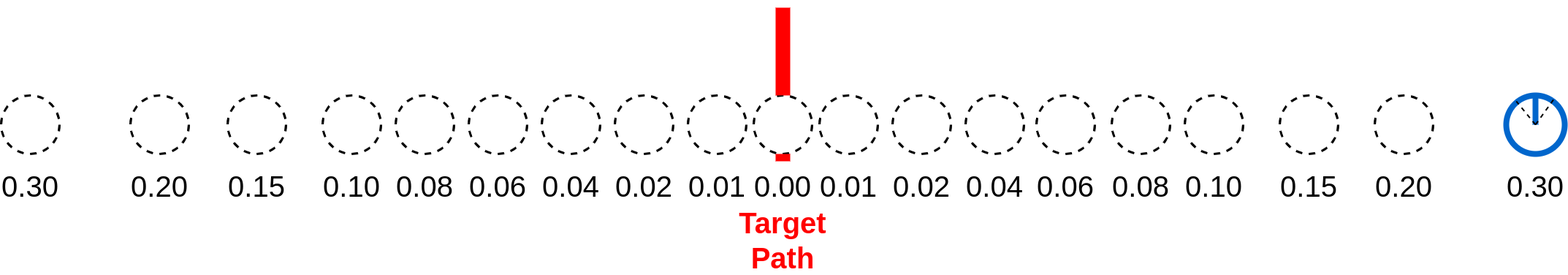
This is images/collect-data.png from YukiTakahashi4690/thesis_template, a draw.io export, as it was before one commit. Source tidied: cells renumbered, new cells last; positions are measured from the earlier drawing's top-left corner, leaving out a move shared by most shapes.
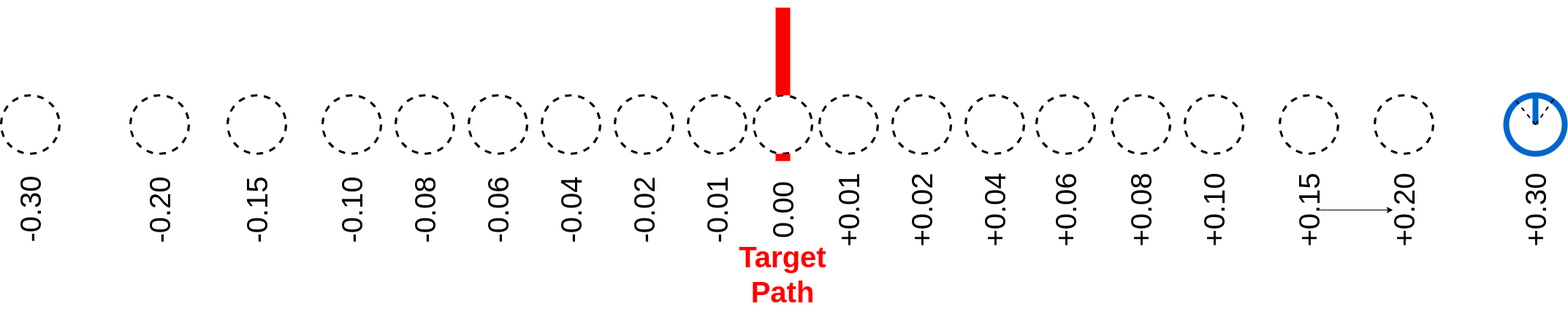
The same file after the commit.

What changed in the source:
```diff
@@ -72,32 +72,35 @@
     <mxCell id="23" style="endArrow=none;html=1;strokeColor=#0066CC;strokeWidth=8;entryX=0.5;entryY=0;entryDx=0;entryDy=0;exitX=0.5;exitY=0.5;exitDx=0;exitDy=0;exitPerimeter=0;" parent="1" edge="1" source="2" target="2">
       <mxGeometry relative="1" as="geometry" />
     </mxCell>
-    <mxCell id="24" value="&lt;font color=&quot;#000000&quot; style=&quot;font-size: 40px&quot;&gt;0.01&lt;/font&gt;" style="text;html=1;strokeColor=none;fillColor=none;align=center;verticalAlign=middle;whiteSpace=wrap;rounded=0;dashed=1;strokeWidth=3;" parent="1" vertex="1">
-      <mxGeometry x="1130" y="229" width="60" height="30" as="geometry" />
+    <mxCell id="24" value="&lt;font color=&quot;#000000&quot; style=&quot;font-size: 40px&quot;&gt;+0.01&lt;/font&gt;" style="text;html=1;strokeColor=none;fillColor=none;align=center;verticalAlign=middle;whiteSpace=wrap;rounded=0;dashed=1;strokeWidth=3;rotation=-90;" parent="1" vertex="1">
+      <mxGeometry x="1130" y="262" width="60" height="30" as="geometry" />
     </mxCell>
-    <mxCell id="25" value="&lt;font color=&quot;#000000&quot; style=&quot;font-size: 40px&quot;&gt;0.02&lt;/font&gt;" style="text;html=1;strokeColor=none;fillColor=none;align=center;verticalAlign=middle;whiteSpace=wrap;rounded=0;dashed=1;strokeWidth=3;" parent="1" vertex="1">
-      <mxGeometry x="1230" y="229" width="60" height="30" as="geometry" />
+    <mxCell id="25" value="&lt;font color=&quot;#000000&quot; style=&quot;font-size: 40px&quot;&gt;+0.02&lt;/font&gt;" style="text;html=1;strokeColor=none;fillColor=none;align=center;verticalAlign=middle;whiteSpace=wrap;rounded=0;dashed=1;strokeWidth=3;rotation=-90;" parent="1" vertex="1">
+      <mxGeometry x="1230" y="262" width="60" height="30" as="geometry" />
     </mxCell>
-    <mxCell id="26" value="&lt;font color=&quot;#000000&quot; style=&quot;font-size: 40px&quot;&gt;0.04&lt;/font&gt;" style="text;html=1;strokeColor=none;fillColor=none;align=center;verticalAlign=middle;whiteSpace=wrap;rounded=0;dashed=1;strokeWidth=3;" parent="1" vertex="1">
-      <mxGeometry x="1330" y="229" width="60" height="30" as="geometry" />
+    <mxCell id="26" value="&lt;font color=&quot;#000000&quot; style=&quot;font-size: 40px&quot;&gt;+0.04&lt;/font&gt;" style="text;html=1;strokeColor=none;fillColor=none;align=center;verticalAlign=middle;whiteSpace=wrap;rounded=0;dashed=1;strokeWidth=3;rotation=-90;" parent="1" vertex="1">
+      <mxGeometry x="1330" y="262" width="60" height="30" as="geometry" />
     </mxCell>
-    <mxCell id="27" value="&lt;font color=&quot;#000000&quot; style=&quot;font-size: 40px&quot;&gt;0.06&lt;/font&gt;" style="text;html=1;strokeColor=none;fillColor=none;align=center;verticalAlign=middle;whiteSpace=wrap;rounded=0;dashed=1;strokeWidth=3;" parent="1" vertex="1">
-      <mxGeometry x="1427" y="229" width="60" height="30" as="geometry" />
+    <mxCell id="27" value="&lt;font color=&quot;#000000&quot; style=&quot;font-size: 40px&quot;&gt;+0.06&lt;/font&gt;" style="text;html=1;strokeColor=none;fillColor=none;align=center;verticalAlign=middle;whiteSpace=wrap;rounded=0;dashed=1;strokeWidth=3;rotation=-90;" parent="1" vertex="1">
+      <mxGeometry x="1427" y="262" width="60" height="30" as="geometry" />
     </mxCell>
-    <mxCell id="28" value="&lt;font color=&quot;#000000&quot; style=&quot;font-size: 40px&quot;&gt;0.08&lt;/font&gt;" style="text;html=1;strokeColor=none;fillColor=none;align=center;verticalAlign=middle;whiteSpace=wrap;rounded=0;dashed=1;strokeWidth=3;" parent="1" vertex="1">
-      <mxGeometry x="1530" y="229" width="60" height="30" as="geometry" />
+    <mxCell id="28" value="&lt;font color=&quot;#000000&quot; style=&quot;font-size: 40px&quot;&gt;+0.08&lt;/font&gt;" style="text;html=1;strokeColor=none;fillColor=none;align=center;verticalAlign=middle;whiteSpace=wrap;rounded=0;dashed=1;strokeWidth=3;rotation=-90;" parent="1" vertex="1">
+      <mxGeometry x="1530" y="262" width="60" height="30" as="geometry" />
     </mxCell>
-    <mxCell id="29" value="&lt;font color=&quot;#000000&quot; style=&quot;font-size: 40px&quot;&gt;0.10&lt;/font&gt;" style="text;html=1;strokeColor=none;fillColor=none;align=center;verticalAlign=middle;whiteSpace=wrap;rounded=0;dashed=1;strokeWidth=3;" parent="1" vertex="1">
-      <mxGeometry x="1630" y="229" width="60" height="30" as="geometry" />
+    <mxCell id="29" value="&lt;font color=&quot;#000000&quot; style=&quot;font-size: 40px&quot;&gt;+0.10&lt;/font&gt;" style="text;html=1;strokeColor=none;fillColor=none;align=center;verticalAlign=middle;whiteSpace=wrap;rounded=0;dashed=1;strokeWidth=3;rotation=-90;" parent="1" vertex="1">
+      <mxGeometry x="1630" y="262" width="60" height="30" as="geometry" />
     </mxCell>
+    <mxCell id="46" style="edgeStyle=none;html=1;" parent="1" edge="1" source="30" target="31">
+      <mxGeometry relative="1" as="geometry" />
+    </mxCell>
-    <mxCell id="30" value="&lt;font color=&quot;#000000&quot; style=&quot;font-size: 40px&quot;&gt;0.15&lt;/font&gt;" style="text;html=1;strokeColor=none;fillColor=none;align=center;verticalAlign=middle;whiteSpace=wrap;rounded=0;dashed=1;strokeWidth=3;" parent="1" vertex="1">
-      <mxGeometry x="1760" y="229" width="60" height="30" as="geometry" />
+    <mxCell id="30" value="&lt;font color=&quot;#000000&quot; style=&quot;font-size: 40px&quot;&gt;+0.15&lt;/font&gt;" style="text;html=1;strokeColor=none;fillColor=none;align=center;verticalAlign=middle;whiteSpace=wrap;rounded=0;dashed=1;strokeWidth=3;rotation=-90;" parent="1" vertex="1">
+      <mxGeometry x="1760" y="262" width="60" height="30" as="geometry" />
     </mxCell>
-    <mxCell id="31" value="&lt;font color=&quot;#000000&quot; style=&quot;font-size: 40px&quot;&gt;0.20&lt;/font&gt;" style="text;html=1;strokeColor=none;fillColor=none;align=center;verticalAlign=middle;whiteSpace=wrap;rounded=0;dashed=1;strokeWidth=3;" parent="1" vertex="1">
-      <mxGeometry x="1890" y="229" width="60" height="30" as="geometry" />
+    <mxCell id="31" value="&lt;font color=&quot;#000000&quot; style=&quot;font-size: 40px&quot;&gt;+0.20&lt;/font&gt;" style="text;html=1;strokeColor=none;fillColor=none;align=center;verticalAlign=middle;whiteSpace=wrap;rounded=0;dashed=1;strokeWidth=3;rotation=-90;" parent="1" vertex="1">
+      <mxGeometry x="1890" y="262" width="60" height="30" as="geometry" />
     </mxCell>
-    <mxCell id="32" value="&lt;font color=&quot;#000000&quot; style=&quot;font-size: 40px&quot;&gt;0.30&lt;/font&gt;" style="text;html=1;strokeColor=none;fillColor=none;align=center;verticalAlign=middle;whiteSpace=wrap;rounded=0;dashed=1;strokeWidth=3;" parent="1" vertex="1">
-      <mxGeometry x="2070" y="229" width="60" height="30" as="geometry" />
+    <mxCell id="32" value="&lt;font color=&quot;#000000&quot; style=&quot;font-size: 40px&quot;&gt;+0.30&lt;/font&gt;" style="text;html=1;strokeColor=none;fillColor=none;align=center;verticalAlign=middle;whiteSpace=wrap;rounded=0;dashed=1;strokeWidth=3;rotation=-90;" parent="1" vertex="1">
+      <mxGeometry x="2070" y="262" width="60" height="30" as="geometry" />
     </mxCell>
     <mxCell id="33" style="endArrow=none;dashed=1;html=1;fontSize=22;fontColor=#000000;strokeColor=#000000;strokeWidth=2;entryX=0.819;entryY=0.057;entryDx=0;entryDy=0;entryPerimeter=0;" parent="1" edge="1" target="2">
       <mxGeometry relative="1" as="geometry">
@@ -110,37 +113,37 @@
       </mxGeometry>
     </mxCell>
     <mxCell id="35" value="&lt;b&gt;&lt;font color=&quot;#ff0000&quot; style=&quot;font-size: 40px&quot;&gt;Target Path&lt;/font&gt;&lt;/b&gt;" style="text;html=1;strokeColor=none;fillColor=none;align=center;verticalAlign=middle;whiteSpace=wrap;rounded=0;dashed=1;fontSize=22;fontColor=#000000;" parent="1" vertex="1">
-      <mxGeometry x="1040" y="303" width="60" height="30" as="geometry" />
+      <mxGeometry x="1040" y="350" width="60" height="30" as="geometry" />
     </mxCell>
-    <mxCell id="36" value="&lt;font color=&quot;#000000&quot; style=&quot;font-size: 40px&quot;&gt;0.01&lt;br&gt;&lt;/font&gt;" style="text;html=1;strokeColor=none;fillColor=none;align=center;verticalAlign=middle;whiteSpace=wrap;rounded=0;dashed=1;strokeWidth=3;" parent="1" vertex="1">
-      <mxGeometry x="950" y="229" width="60" height="30" as="geometry" />
+    <mxCell id="36" value="&lt;font color=&quot;#000000&quot; style=&quot;font-size: 40px&quot;&gt;-0.01&lt;br&gt;&lt;/font&gt;" style="text;html=1;strokeColor=none;fillColor=none;align=center;verticalAlign=middle;whiteSpace=wrap;rounded=0;dashed=1;strokeWidth=3;rotation=-90;" parent="1" vertex="1">
+      <mxGeometry x="950" y="262" width="60" height="30" as="geometry" />
     </mxCell>
-    <mxCell id="37" value="&lt;font color=&quot;#000000&quot; style=&quot;font-size: 40px&quot;&gt;0.02&lt;/font&gt;" style="text;html=1;strokeColor=none;fillColor=none;align=center;verticalAlign=middle;whiteSpace=wrap;rounded=0;dashed=1;strokeWidth=3;" parent="1" vertex="1">
-      <mxGeometry x="850" y="229" width="60" height="30" as="geometry" />
+    <mxCell id="37" value="&lt;font color=&quot;#000000&quot; style=&quot;font-size: 40px&quot;&gt;-0.02&lt;/font&gt;" style="text;html=1;strokeColor=none;fillColor=none;align=center;verticalAlign=middle;whiteSpace=wrap;rounded=0;dashed=1;strokeWidth=3;rotation=-90;" parent="1" vertex="1">
+      <mxGeometry x="850" y="262" width="60" height="30" as="geometry" />
     </mxCell>
-    <mxCell id="38" value="&lt;font color=&quot;#000000&quot; style=&quot;font-size: 40px&quot;&gt;0.04&lt;/font&gt;" style="text;html=1;strokeColor=none;fillColor=none;align=center;verticalAlign=middle;whiteSpace=wrap;rounded=0;dashed=1;strokeWidth=3;" parent="1" vertex="1">
-      <mxGeometry x="750" y="229" width="60" height="30" as="geometry" />
+    <mxCell id="38" value="&lt;font color=&quot;#000000&quot; style=&quot;font-size: 40px&quot;&gt;-0.04&lt;/font&gt;" style="text;html=1;strokeColor=none;fillColor=none;align=center;verticalAlign=middle;whiteSpace=wrap;rounded=0;dashed=1;strokeWidth=3;rotation=-90;" parent="1" vertex="1">
+      <mxGeometry x="750" y="262" width="60" height="30" as="geometry" />
     </mxCell>
-    <mxCell id="39" value="&lt;font color=&quot;#000000&quot; style=&quot;font-size: 40px&quot;&gt;0.06&lt;/font&gt;" style="text;html=1;strokeColor=none;fillColor=none;align=center;verticalAlign=middle;whiteSpace=wrap;rounded=0;dashed=1;strokeWidth=3;" parent="1" vertex="1">
-      <mxGeometry x="650" y="229" width="60" height="30" as="geometry" />
+    <mxCell id="39" value="&lt;font color=&quot;#000000&quot; style=&quot;font-size: 40px&quot;&gt;-0.06&lt;/font&gt;" style="text;html=1;strokeColor=none;fillColor=none;align=center;verticalAlign=middle;whiteSpace=wrap;rounded=0;dashed=1;strokeWidth=3;rotation=-90;" parent="1" vertex="1">
+      <mxGeometry x="650" y="262" width="60" height="30" as="geometry" />
     </mxCell>
-    <mxCell id="40" value="&lt;font color=&quot;#000000&quot; style=&quot;font-size: 40px&quot;&gt;0.08&lt;/font&gt;" style="text;html=1;strokeColor=none;fillColor=none;align=center;verticalAlign=middle;whiteSpace=wrap;rounded=0;dashed=1;strokeWidth=3;" parent="1" vertex="1">
-      <mxGeometry x="550" y="229" width="60" height="30" as="geometry" />
+    <mxCell id="40" value="&lt;font color=&quot;#000000&quot; style=&quot;font-size: 40px&quot;&gt;-0.08&lt;/font&gt;" style="text;html=1;strokeColor=none;fillColor=none;align=center;verticalAlign=middle;whiteSpace=wrap;rounded=0;dashed=1;strokeWidth=3;rotation=-90;" parent="1" vertex="1">
+      <mxGeometry x="550" y="262" width="60" height="30" as="geometry" />
     </mxCell>
-    <mxCell id="41" value="&lt;font color=&quot;#000000&quot; style=&quot;font-size: 40px&quot;&gt;0.10&lt;/font&gt;" style="text;html=1;strokeColor=none;fillColor=none;align=center;verticalAlign=middle;whiteSpace=wrap;rounded=0;dashed=1;strokeWidth=3;" parent="1" vertex="1">
-      <mxGeometry x="450" y="229" width="60" height="30" as="geometry" />
+    <mxCell id="41" value="&lt;font color=&quot;#000000&quot; style=&quot;font-size: 40px&quot;&gt;-0.10&lt;/font&gt;" style="text;html=1;strokeColor=none;fillColor=none;align=center;verticalAlign=middle;whiteSpace=wrap;rounded=0;dashed=1;strokeWidth=3;rotation=-90;" parent="1" vertex="1">
+      <mxGeometry x="450" y="262" width="60" height="30" as="geometry" />
     </mxCell>
-    <mxCell id="42" value="&lt;font color=&quot;#000000&quot; style=&quot;font-size: 40px&quot;&gt;0.15&lt;/font&gt;" style="text;html=1;strokeColor=none;fillColor=none;align=center;verticalAlign=middle;whiteSpace=wrap;rounded=0;dashed=1;strokeWidth=3;" parent="1" vertex="1">
-      <mxGeometry x="320" y="229" width="60" height="30" as="geometry" />
+    <mxCell id="42" value="&lt;font color=&quot;#000000&quot; style=&quot;font-size: 40px&quot;&gt;-0.15&lt;/font&gt;" style="text;html=1;strokeColor=none;fillColor=none;align=center;verticalAlign=middle;whiteSpace=wrap;rounded=0;dashed=1;strokeWidth=3;rotation=-90;" parent="1" vertex="1">
+      <mxGeometry x="320" y="262" width="60" height="30" as="geometry" />
     </mxCell>
-    <mxCell id="43" value="&lt;font color=&quot;#000000&quot; style=&quot;font-size: 40px&quot;&gt;0.20&lt;/font&gt;" style="text;html=1;strokeColor=none;fillColor=none;align=center;verticalAlign=middle;whiteSpace=wrap;rounded=0;dashed=1;strokeWidth=3;" parent="1" vertex="1">
-      <mxGeometry x="187" y="229" width="60" height="30" as="geometry" />
+    <mxCell id="43" value="&lt;font color=&quot;#000000&quot; style=&quot;font-size: 40px&quot;&gt;-0.20&lt;/font&gt;" style="text;html=1;strokeColor=none;fillColor=none;align=center;verticalAlign=middle;whiteSpace=wrap;rounded=0;dashed=1;strokeWidth=3;rotation=-90;" parent="1" vertex="1">
+      <mxGeometry x="187" y="262" width="60" height="30" as="geometry" />
     </mxCell>
-    <mxCell id="44" value="&lt;font color=&quot;#000000&quot; style=&quot;font-size: 40px&quot;&gt;0.30&lt;/font&gt;" style="text;html=1;strokeColor=none;fillColor=none;align=center;verticalAlign=middle;whiteSpace=wrap;rounded=0;dashed=1;strokeWidth=3;" parent="1" vertex="1">
-      <mxGeometry x="10" y="229" width="60" height="30" as="geometry" />
+    <mxCell id="44" value="&lt;font color=&quot;#000000&quot; style=&quot;font-size: 40px&quot;&gt;-0.30&lt;/font&gt;" style="text;html=1;strokeColor=none;fillColor=none;align=center;verticalAlign=middle;whiteSpace=wrap;rounded=0;dashed=1;strokeWidth=3;rotation=-90;" parent="1" vertex="1">
+      <mxGeometry x="10" y="261" width="60" height="30" as="geometry" />
     </mxCell>
-    <mxCell id="45" value="&lt;font color=&quot;#000000&quot; style=&quot;font-size: 40px&quot;&gt;0.00&lt;/font&gt;" style="text;html=1;strokeColor=none;fillColor=none;align=center;verticalAlign=middle;whiteSpace=wrap;rounded=0;dashed=1;strokeWidth=3;" parent="1" vertex="1">
-      <mxGeometry x="1040" y="229" width="60" height="30" as="geometry" />
+    <mxCell id="45" value="&lt;font color=&quot;#000000&quot; style=&quot;font-size: 40px&quot;&gt;0.00&lt;/font&gt;" style="text;html=1;strokeColor=none;fillColor=none;align=center;verticalAlign=middle;whiteSpace=wrap;rounded=0;dashed=1;strokeWidth=3;rotation=-90;" parent="1" vertex="1">
+      <mxGeometry x="1040" y="262" width="60" height="30" as="geometry" />
     </mxCell>
   </root>
 </mxGraphModel>
```
